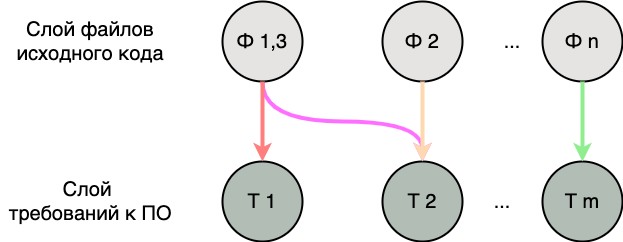
Before: images/result_count.png, a diagram exported from draw.io (Dambr/yewking). Source tidied: cells renumbered, new cells last; positions are measured from the earlier drawing's top-left corner, leaving out a move shared by most shapes.
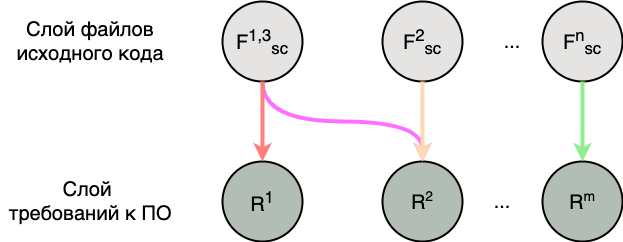
The same file after the commit.

Diff of the diagram source:
```diff
@@ -5,25 +5,25 @@
     <mxCell id="2" style="edgeStyle=orthogonalEdgeStyle;curved=1;rounded=0;jettySize=auto;html=1;exitX=0.5;exitY=1;exitDx=0;exitDy=0;entryX=0.5;entryY=0;entryDx=0;entryDy=0;strokeWidth=4;strokeColor=#FF6FFF;" parent="1" edge="1" source="3" target="6">
       <mxGeometry relative="1" as="geometry" />
     </mxCell>
-    <mxCell id="3" value="Ф 1,3" style="ellipse;whiteSpace=wrap;html=1;fontSize=20;strokeWidth=2;fillColor=#E5E4E2;" parent="1" vertex="1">
+    <mxCell id="3" value="F&lt;sup&gt;1,3&lt;/sup&gt;&lt;sub&gt;sc&lt;/sub&gt;" style="ellipse;whiteSpace=wrap;html=1;fontSize=20;strokeWidth=2;fillColor=#E5E4E2;" parent="1" vertex="1">
       <mxGeometry x="222" width="80" height="80" as="geometry" />
     </mxCell>
-    <mxCell id="4" value="Ф 2" style="ellipse;whiteSpace=wrap;html=1;fontSize=20;strokeWidth=2;fillColor=#E5E4E2;" parent="1" vertex="1">
+    <mxCell id="4" value="F&lt;sup&gt;2&lt;/sup&gt;&lt;sub&gt;sc&lt;/sub&gt;" style="ellipse;whiteSpace=wrap;html=1;fontSize=20;strokeWidth=2;fillColor=#E5E4E2;" parent="1" vertex="1">
       <mxGeometry x="382" width="80" height="80" as="geometry" />
     </mxCell>
-    <mxCell id="5" value="Т 1" style="ellipse;whiteSpace=wrap;html=1;fontSize=20;strokeWidth=2;fillColor=#B2BEB5;" parent="1" vertex="1">
+    <mxCell id="5" value="R&lt;sup&gt;1&lt;/sup&gt;" style="ellipse;whiteSpace=wrap;html=1;fontSize=20;strokeWidth=2;fillColor=#B2BEB5;" parent="1" vertex="1">
       <mxGeometry x="222" y="160" width="80" height="80" as="geometry" />
     </mxCell>
-    <mxCell id="6" value="Т 2" style="ellipse;whiteSpace=wrap;html=1;fontSize=20;strokeWidth=2;fillColor=#B2BEB5;" parent="1" vertex="1">
+    <mxCell id="6" value="R&lt;span style=&quot;font-size: 16.6667px;&quot;&gt;&lt;sup&gt;2&lt;/sup&gt;&lt;/span&gt;" style="ellipse;whiteSpace=wrap;html=1;fontSize=20;strokeWidth=2;fillColor=#B2BEB5;" parent="1" vertex="1">
       <mxGeometry x="382" y="160" width="80" height="80" as="geometry" />
     </mxCell>
-    <mxCell id="7" value="Т m" style="ellipse;whiteSpace=wrap;html=1;fontSize=20;strokeWidth=2;fillColor=#B2BEB5;" parent="1" vertex="1">
+    <mxCell id="7" value="R&lt;span style=&quot;font-size: 16.6667px;&quot;&gt;&lt;sup&gt;m&lt;/sup&gt;&lt;/span&gt;" style="ellipse;whiteSpace=wrap;html=1;fontSize=20;strokeWidth=2;fillColor=#B2BEB5;" parent="1" vertex="1">
       <mxGeometry x="542" y="160" width="80" height="80" as="geometry" />
     </mxCell>
     <mxCell id="8" value="..." style="text;html=1;align=center;verticalAlign=middle;whiteSpace=wrap;rounded=0;fontSize=20;strokeWidth=2;" parent="1" vertex="1">
       <mxGeometry x="472" y="185" width="60" height="30" as="geometry" />
     </mxCell>
-    <mxCell id="9" value="Ф n" style="ellipse;whiteSpace=wrap;html=1;fontSize=20;strokeWidth=2;fillColor=#E5E4E2;" parent="1" vertex="1">
+    <mxCell id="9" value="F&lt;sup&gt;n&lt;/sup&gt;&lt;sub&gt;sc&lt;/sub&gt;" style="ellipse;whiteSpace=wrap;html=1;fontSize=20;strokeWidth=2;fillColor=#E5E4E2;" parent="1" vertex="1">
       <mxGeometry x="542" width="80" height="80" as="geometry" />
     </mxCell>
     <mxCell id="10" value="..." style="text;html=1;align=center;verticalAlign=middle;whiteSpace=wrap;rounded=0;fontSize=20;strokeWidth=2;" parent="1" vertex="1">
```
